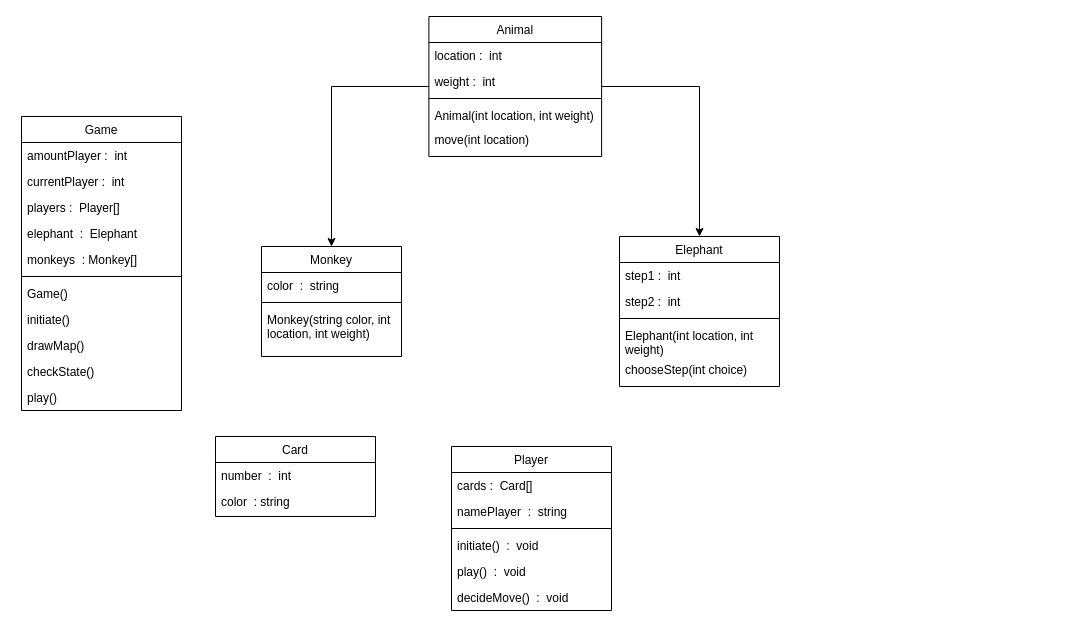
The draw.io diagram Zahlenbande Class Diagram.drawio in minWang916/Zahlenbande, before the edit. Source tidied: cells renumbered, new cells numbered last; positions are measured from the earlier drawing's top-left corner, leaving out a move shared by most shapes. Both pictures are drawn from the tidied source at 100%, with x=0, y=0 at pixel (21, 16).
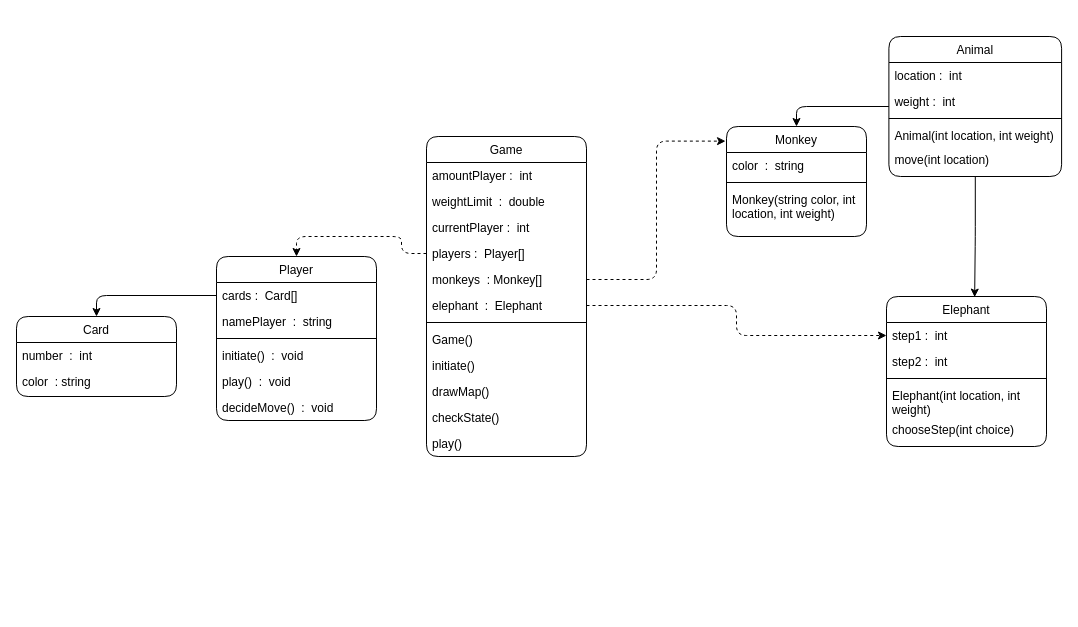
The same diagram, later.

The edit, as a diff of the source:
```diff
@@
-    <mxCell id="2" style="edgeStyle=orthogonalEdgeStyle;rounded=0;jettySize=auto;html=1;entryX=0.5;entryY=0;entryDx=0;entryDy=0;" parent="1" edge="1" source="4" target="10">
+    <mxCell id="2" style="edgeStyle=orthogonalEdgeStyle;rounded=1;jettySize=auto;html=1;entryX=0.5;entryY=0;entryDx=0;entryDy=0;endSize=6;labelBackgroundColor=none;fontColor=default;" parent="1" edge="1" source="4" target="10">
       <mxGeometry relative="1" as="geometry" />
     </mxCell>
-    <mxCell id="3" style="edgeStyle=orthogonalEdgeStyle;rounded=0;jettySize=auto;html=1;entryX=0.5;entryY=0;entryDx=0;entryDy=0;" parent="1" edge="1" source="4" target="14">
-      <mxGeometry relative="1" as="geometry" />
-    </mxCell>
-    <mxCell id="4" value="Animal" style="swimlane;fontStyle=0;align=center;verticalAlign=top;horizontal=1;startSize=26;rounded=0;shadow=0;strokeWidth=1;" parent="1" vertex="1">
-      <mxGeometry x="407.4" width="172.7" height="140" as="geometry" />
+    <mxCell id="4" value="Animal" style="swimlane;fontStyle=0;align=center;verticalAlign=top;horizontal=1;startSize=26;rounded=1;shadow=0;strokeWidth=1;labelBackgroundColor=none;" parent="1" vertex="1">
+      <mxGeometry x="867.4" y="20" width="172.7" height="140" as="geometry" />
     </mxCell>
-    <mxCell id="5" value="location :  int" style="text;align=left;verticalAlign=top;spacingLeft=4;spacingRight=4;overflow=hidden;rounded=0;shadow=0;html=0;" parent="4" vertex="1">
+    <mxCell id="5" value="location :  int" style="text;align=left;verticalAlign=top;spacingLeft=4;spacingRight=4;overflow=hidden;rounded=1;shadow=0;html=0;labelBackgroundColor=none;" parent="4" vertex="1">
       <mxGeometry y="26" width="172.7" height="26" as="geometry" />
     </mxCell>
-    <mxCell id="6" value="weight :  int " style="text;align=left;verticalAlign=top;spacingLeft=4;spacingRight=4;overflow=hidden;rounded=0;shadow=0;html=0;" parent="4" vertex="1">
+    <mxCell id="6" value="weight :  int " style="text;align=left;verticalAlign=top;spacingLeft=4;spacingRight=4;overflow=hidden;rounded=1;shadow=0;html=0;labelBackgroundColor=none;" parent="4" vertex="1">
       <mxGeometry y="52" width="172.7" height="26" as="geometry" />
     </mxCell>
-    <mxCell id="7" style="line;html=1;strokeWidth=1;align=left;verticalAlign=middle;spacingTop=-1;spacingLeft=3;spacingRight=3;labelPosition=right;" parent="4" vertex="1">
+    <mxCell id="7" style="line;html=1;strokeWidth=1;align=left;verticalAlign=middle;spacingTop=-1;spacingLeft=3;spacingRight=3;labelPosition=right;rounded=1;labelBackgroundColor=none;" parent="4" vertex="1">
       <mxGeometry y="78" width="172.7" height="8" as="geometry" />
     </mxCell>
-    <mxCell id="8" value="Animal(int location, int weight)" style="text;align=left;verticalAlign=top;spacingLeft=4;spacingRight=4;overflow=hidden;" parent="4" vertex="1">
+    <mxCell id="8" value="Animal(int location, int weight)" style="text;align=left;verticalAlign=top;spacingLeft=4;spacingRight=4;overflow=hidden;rounded=1;labelBackgroundColor=none;" parent="4" vertex="1">
       <mxGeometry y="86" width="172.7" height="24" as="geometry" />
     </mxCell>
-    <mxCell id="9" value="move(int location)" style="text;align=left;verticalAlign=top;spacingLeft=4;spacingRight=4;overflow=hidden;" parent="4" vertex="1">
+    <mxCell id="9" value="move(int location)" style="text;align=left;verticalAlign=top;spacingLeft=4;spacingRight=4;overflow=hidden;rounded=1;labelBackgroundColor=none;" parent="4" vertex="1">
       <mxGeometry y="110" width="172.7" height="30" as="geometry" />
     </mxCell>
-    <mxCell id="10" value="Monkey" style="swimlane;fontStyle=0;align=center;verticalAlign=top;horizontal=1;startSize=26;rounded=0;shadow=0;strokeWidth=1;" parent="1" vertex="1">
-      <mxGeometry x="240" y="230" width="140" height="110" as="geometry" />
+    <mxCell id="10" value="Monkey" style="swimlane;fontStyle=0;align=center;verticalAlign=top;horizontal=1;startSize=26;rounded=1;shadow=0;strokeWidth=1;labelBackgroundColor=none;" parent="1" vertex="1">
+      <mxGeometry x="705" y="110" width="140" height="110" as="geometry" />
     </mxCell>
-    <mxCell id="11" value="color  :  string" style="text;align=left;verticalAlign=top;spacingLeft=4;spacingRight=4;overflow=hidden;" parent="10" vertex="1">
+    <mxCell id="11" value="color  :  string" style="text;align=left;verticalAlign=top;spacingLeft=4;spacingRight=4;overflow=hidden;rounded=1;labelBackgroundColor=none;" parent="10" vertex="1">
       <mxGeometry y="26" width="140" height="26" as="geometry" />
     </mxCell>
-    <mxCell id="12" style="line;html=1;strokeWidth=1;align=left;verticalAlign=middle;spacingTop=-1;spacingLeft=3;spacingRight=3;labelPosition=right;" parent="10" vertex="1">
+    <mxCell id="12" style="line;html=1;strokeWidth=1;align=left;verticalAlign=middle;spacingTop=-1;spacingLeft=3;spacingRight=3;labelPosition=right;rounded=1;labelBackgroundColor=none;" parent="10" vertex="1">
       <mxGeometry y="52" width="140" height="8" as="geometry" />
     </mxCell>
-    <mxCell id="13" value="Monkey(string color, int &#10;location, int weight)" style="text;align=left;verticalAlign=top;spacingLeft=4;spacingRight=4;overflow=hidden;fontStyle=0;" parent="10" vertex="1">
+    <mxCell id="13" value="Monkey(string color, int &#10;location, int weight)" style="text;align=left;verticalAlign=top;spacingLeft=4;spacingRight=4;overflow=hidden;fontStyle=0;rounded=1;labelBackgroundColor=none;" parent="10" vertex="1">
       <mxGeometry y="60" width="140" height="40" as="geometry" />
     </mxCell>
-    <mxCell id="14" value="Elephant" style="swimlane;fontStyle=0;align=center;verticalAlign=top;horizontal=1;startSize=26;rounded=0;shadow=0;strokeWidth=1;" parent="1" vertex="1">
-      <mxGeometry x="598" y="220" width="160" height="150" as="geometry" />
+    <mxCell id="14" value="Elephant" style="swimlane;fontStyle=0;align=center;verticalAlign=top;horizontal=1;startSize=26;rounded=1;shadow=0;strokeWidth=1;labelBackgroundColor=none;" parent="1" vertex="1">
+      <mxGeometry x="865" y="280" width="160" height="150" as="geometry" />
     </mxCell>
-    <mxCell id="15" value="step1 :  int" style="text;align=left;verticalAlign=top;spacingLeft=4;spacingRight=4;overflow=hidden;points=[[0,0.5],[1,0.5]];portConstraint=eastwest;" parent="14" vertex="1">
+    <mxCell id="15" value="step1 :  int" style="text;align=left;verticalAlign=top;spacingLeft=4;spacingRight=4;overflow=hidden;points=[[0,0.5],[1,0.5]];portConstraint=eastwest;rounded=1;labelBackgroundColor=none;" parent="14" vertex="1">
       <mxGeometry y="26" width="160" height="26" as="geometry" />
     </mxCell>
-    <mxCell id="16" value="step2 :  int " style="text;align=left;verticalAlign=top;spacingLeft=4;spacingRight=4;overflow=hidden;rounded=0;shadow=0;html=0;" parent="14" vertex="1">
+    <mxCell id="16" value="step2 :  int " style="text;align=left;verticalAlign=top;spacingLeft=4;spacingRight=4;overflow=hidden;rounded=1;shadow=0;html=0;labelBackgroundColor=none;" parent="14" vertex="1">
       <mxGeometry y="52" width="160" height="26" as="geometry" />
     </mxCell>
-    <mxCell id="17" style="line;html=1;strokeWidth=1;align=left;verticalAlign=middle;spacingTop=-1;spacingLeft=3;spacingRight=3;labelPosition=right;" parent="14" vertex="1">
+    <mxCell id="17" style="line;html=1;strokeWidth=1;align=left;verticalAlign=middle;spacingTop=-1;spacingLeft=3;spacingRight=3;labelPosition=right;rounded=1;labelBackgroundColor=none;" parent="14" vertex="1">
       <mxGeometry y="78" width="160" height="8" as="geometry" />
     </mxCell>
-    <mxCell id="18" value="Elephant(int location, int &#10;weight)" style="text;align=left;verticalAlign=top;spacingLeft=4;spacingRight=4;overflow=hidden;" parent="14" vertex="1">
+    <mxCell id="18" value="Elephant(int location, int &#10;weight)" style="text;align=left;verticalAlign=top;spacingLeft=4;spacingRight=4;overflow=hidden;rounded=1;labelBackgroundColor=none;" parent="14" vertex="1">
       <mxGeometry y="86" width="160" height="34" as="geometry" />
     </mxCell>
-    <mxCell id="19" value="chooseStep(int choice)" style="text;align=left;verticalAlign=top;spacingLeft=4;spacingRight=4;overflow=hidden;" parent="14" vertex="1">
+    <mxCell id="19" value="chooseStep(int choice)" style="text;align=left;verticalAlign=top;spacingLeft=4;spacingRight=4;overflow=hidden;rounded=1;labelBackgroundColor=none;" parent="14" vertex="1">
       <mxGeometry y="120" width="160" height="30" as="geometry" />
     </mxCell>
-    <mxCell id="20" value="Game" style="swimlane;fontStyle=0;align=center;verticalAlign=top;horizontal=1;startSize=26;rounded=0;shadow=0;strokeWidth=1;" parent="1" vertex="1">
-      <mxGeometry y="100" width="160" height="294" as="geometry" />
+    <mxCell id="20" value="Game" style="swimlane;fontStyle=0;align=center;verticalAlign=top;horizontal=1;startSize=26;rounded=1;shadow=0;strokeWidth=1;labelBackgroundColor=none;" parent="1" vertex="1">
+      <mxGeometry x="405" y="120" width="160" height="320" as="geometry" />
     </mxCell>
-    <mxCell id="21" value="amountPlayer :  int" style="text;align=left;verticalAlign=top;spacingLeft=4;spacingRight=4;overflow=hidden;" parent="20" vertex="1">
+    <mxCell id="21" value="amountPlayer :  int" style="text;align=left;verticalAlign=top;spacingLeft=4;spacingRight=4;overflow=hidden;rounded=1;labelBackgroundColor=none;" parent="20" vertex="1">
       <mxGeometry y="26" width="160" height="26" as="geometry" />
     </mxCell>
+    <mxCell id="42" value="weightLimit  :  double" style="text;align=left;verticalAlign=top;spacingLeft=4;spacingRight=4;overflow=hidden;rounded=1;labelBackgroundColor=none;" parent="20" vertex="1">
+      <mxGeometry y="52" width="160" height="26" as="geometry" />
+    </mxCell>
-    <mxCell id="22" value="currentPlayer :  int" style="text;align=left;verticalAlign=top;spacingLeft=4;spacingRight=4;overflow=hidden;" parent="20" vertex="1">
-      <mxGeometry y="52" width="160" height="26" as="geometry" />
+    <mxCell id="22" value="currentPlayer :  int" style="text;align=left;verticalAlign=top;spacingLeft=4;spacingRight=4;overflow=hidden;rounded=1;labelBackgroundColor=none;" parent="20" vertex="1">
+      <mxGeometry y="78" width="160" height="26" as="geometry" />
     </mxCell>
-    <mxCell id="23" value="players :  Player[]" style="text;align=left;verticalAlign=top;spacingLeft=4;spacingRight=4;overflow=hidden;points=[[0,0.5],[1,0.5]];portConstraint=eastwest;rounded=0;shadow=0;html=0;" parent="20" vertex="1">
-      <mxGeometry y="78" width="160" height="26" as="geometry" />
+    <mxCell id="23" value="players :  Player[]" style="text;align=left;verticalAlign=top;spacingLeft=4;spacingRight=4;overflow=hidden;points=[[0,0.5],[1,0.5]];portConstraint=eastwest;rounded=1;shadow=0;html=0;labelBackgroundColor=none;" parent="20" vertex="1">
+      <mxGeometry y="104" width="160" height="26" as="geometry" />
     </mxCell>
+    <mxCell id="25" value="monkeys  : Monkey[]  " style="text;align=left;verticalAlign=top;spacingLeft=4;spacingRight=4;overflow=hidden;points=[[0,0.5],[1,0.5]];portConstraint=eastwest;rounded=1;shadow=0;html=0;labelBackgroundColor=none;" parent="20" vertex="1">
+      <mxGeometry y="130" width="160" height="26" as="geometry" />
+    </mxCell>
-    <mxCell id="24" value="elephant  :  Elephant" style="text;align=left;verticalAlign=top;spacingLeft=4;spacingRight=4;overflow=hidden;points=[[0,0.5],[1,0.5]];portConstraint=eastwest;rounded=0;shadow=0;html=0;" parent="20" vertex="1">
-      <mxGeometry y="104" width="160" height="26" as="geometry" />
+    <mxCell id="24" value="elephant  :  Elephant" style="text;align=left;verticalAlign=top;spacingLeft=4;spacingRight=4;overflow=hidden;points=[[0,0.5],[1,0.5]];portConstraint=eastwest;rounded=1;shadow=0;html=0;labelBackgroundColor=none;" parent="20" vertex="1">
+      <mxGeometry y="156" width="160" height="26" as="geometry" />
     </mxCell>
-    <mxCell id="25" value="monkeys  : Monkey[]  " style="text;align=left;verticalAlign=top;spacingLeft=4;spacingRight=4;overflow=hidden;points=[[0,0.5],[1,0.5]];portConstraint=eastwest;rounded=0;shadow=0;html=0;" parent="20" vertex="1">
-      <mxGeometry y="130" width="160" height="26" as="geometry" />
-    </mxCell>
-    <mxCell id="26" style="line;html=1;strokeWidth=1;align=left;verticalAlign=middle;spacingTop=-1;spacingLeft=3;spacingRight=3;labelPosition=right;" parent="20" vertex="1">
-      <mxGeometry y="156" width="160" height="8" as="geometry" />
+    <mxCell id="26" style="line;html=1;strokeWidth=1;align=left;verticalAlign=middle;spacingTop=-1;spacingLeft=3;spacingRight=3;labelPosition=right;rounded=1;labelBackgroundColor=none;" parent="20" vertex="1">
+      <mxGeometry y="182" width="160" height="8" as="geometry" />
     </mxCell>
-    <mxCell id="27" value="Game()" style="text;align=left;verticalAlign=top;spacingLeft=4;spacingRight=4;overflow=hidden;fontStyle=0;" parent="20" vertex="1">
-      <mxGeometry y="164" width="160" height="26" as="geometry" />
+    <mxCell id="27" value="Game()" style="text;align=left;verticalAlign=top;spacingLeft=4;spacingRight=4;overflow=hidden;fontStyle=0;rounded=1;labelBackgroundColor=none;" parent="20" vertex="1">
+      <mxGeometry y="190" width="160" height="26" as="geometry" />
     </mxCell>
-    <mxCell id="28" value="initiate()" style="text;align=left;verticalAlign=top;spacingLeft=4;spacingRight=4;overflow=hidden;fontStyle=0;" parent="20" vertex="1">
-      <mxGeometry y="190" width="160" height="26" as="geometry" />
+    <mxCell id="28" value="initiate()" style="text;align=left;verticalAlign=top;spacingLeft=4;spacingRight=4;overflow=hidden;fontStyle=0;rounded=1;labelBackgroundColor=none;" parent="20" vertex="1">
+      <mxGeometry y="216" width="160" height="26" as="geometry" />
     </mxCell>
-    <mxCell id="29" value="drawMap()" style="text;align=left;verticalAlign=top;spacingLeft=4;spacingRight=4;overflow=hidden;fontStyle=0;" parent="20" vertex="1">
-      <mxGeometry y="216" width="160" height="26" as="geometry" />
+    <mxCell id="29" value="drawMap()" style="text;align=left;verticalAlign=top;spacingLeft=4;spacingRight=4;overflow=hidden;fontStyle=0;rounded=1;labelBackgroundColor=none;" parent="20" vertex="1">
+      <mxGeometry y="242" width="160" height="26" as="geometry" />
     </mxCell>
-    <mxCell id="30" value="checkState()&#10;" style="text;align=left;verticalAlign=top;spacingLeft=4;spacingRight=4;overflow=hidden;" parent="20" vertex="1">
-      <mxGeometry y="242" width="160" height="26" as="geometry" />
+    <mxCell id="30" value="checkState()&#10;" style="text;align=left;verticalAlign=top;spacingLeft=4;spacingRight=4;overflow=hidden;rounded=1;labelBackgroundColor=none;" parent="20" vertex="1">
+      <mxGeometry y="268" width="160" height="26" as="geometry" />
     </mxCell>
-    <mxCell id="31" value="play()" style="text;align=left;verticalAlign=top;spacingLeft=4;spacingRight=4;overflow=hidden;" parent="20" vertex="1">
-      <mxGeometry y="268" width="160" height="26" as="geometry" />
+    <mxCell id="31" value="play()" style="text;align=left;verticalAlign=top;spacingLeft=4;spacingRight=4;overflow=hidden;rounded=1;labelBackgroundColor=none;" parent="20" vertex="1">
+      <mxGeometry y="294" width="160" height="26" as="geometry" />
     </mxCell>
-    <mxCell id="32" value="Card" style="swimlane;fontStyle=0;align=center;verticalAlign=top;horizontal=1;startSize=26;rounded=0;shadow=0;strokeWidth=1;" parent="1" vertex="1">
-      <mxGeometry x="194" y="420" width="160" height="80" as="geometry" />
+    <mxCell id="32" value="Card" style="swimlane;fontStyle=0;align=center;verticalAlign=top;horizontal=1;startSize=26;rounded=1;shadow=0;strokeWidth=1;labelBackgroundColor=none;" parent="1" vertex="1">
+      <mxGeometry x="-5" y="300" width="160" height="80" as="geometry" />
     </mxCell>
-    <mxCell id="33" value="number  :  int" style="text;align=left;verticalAlign=top;spacingLeft=4;spacingRight=4;overflow=hidden;" parent="32" vertex="1">
+    <mxCell id="33" value="number  :  int" style="text;align=left;verticalAlign=top;spacingLeft=4;spacingRight=4;overflow=hidden;rounded=1;labelBackgroundColor=none;" parent="32" vertex="1">
       <mxGeometry y="26" width="160" height="26" as="geometry" />
     </mxCell>
-    <mxCell id="34" value="color  : string" style="text;align=left;verticalAlign=top;spacingLeft=4;spacingRight=4;overflow=hidden;rounded=0;shadow=0;html=0;" parent="32" vertex="1">
+    <mxCell id="34" value="color  : string" style="text;align=left;verticalAlign=top;spacingLeft=4;spacingRight=4;overflow=hidden;rounded=1;shadow=0;html=0;labelBackgroundColor=none;" parent="32" vertex="1">
       <mxGeometry y="52" width="160" height="26" as="geometry" />
     </mxCell>
-    <mxCell id="35" value="Player" style="swimlane;fontStyle=0;align=center;verticalAlign=top;horizontal=1;startSize=26;rounded=0;shadow=0;strokeWidth=1;" parent="1" vertex="1">
-      <mxGeometry x="430" y="430" width="160" height="164" as="geometry" />
+    <mxCell id="35" value="Player" style="swimlane;fontStyle=0;align=center;verticalAlign=top;horizontal=1;startSize=26;rounded=1;shadow=0;strokeWidth=1;labelBackgroundColor=none;" parent="1" vertex="1">
+      <mxGeometry x="195" y="240" width="160" height="164" as="geometry" />
     </mxCell>
-    <mxCell id="36" value="cards :  Card[]" style="text;align=left;verticalAlign=top;spacingLeft=4;spacingRight=4;overflow=hidden;points=[[0,0.5],[1,0.5]];portConstraint=eastwest;" parent="35" vertex="1">
+    <mxCell id="36" value="cards :  Card[]" style="text;align=left;verticalAlign=top;spacingLeft=4;spacingRight=4;overflow=hidden;points=[[0,0.5],[1,0.5]];portConstraint=eastwest;rounded=1;labelBackgroundColor=none;" parent="35" vertex="1">
       <mxGeometry y="26" width="160" height="26" as="geometry" />
     </mxCell>
-    <mxCell id="37" value="namePlayer  :  string" style="text;align=left;verticalAlign=top;spacingLeft=4;spacingRight=4;overflow=hidden;rounded=0;shadow=0;html=0;" parent="35" vertex="1">
+    <mxCell id="37" value="namePlayer  :  string" style="text;align=left;verticalAlign=top;spacingLeft=4;spacingRight=4;overflow=hidden;rounded=1;shadow=0;html=0;labelBackgroundColor=none;" parent="35" vertex="1">
       <mxGeometry y="52" width="160" height="26" as="geometry" />
     </mxCell>
-    <mxCell id="38" style="line;html=1;strokeWidth=1;align=left;verticalAlign=middle;spacingTop=-1;spacingLeft=3;spacingRight=3;labelPosition=right;" parent="35" vertex="1">
+    <mxCell id="38" style="line;html=1;strokeWidth=1;align=left;verticalAlign=middle;spacingTop=-1;spacingLeft=3;spacingRight=3;labelPosition=right;rounded=1;labelBackgroundColor=none;" parent="35" vertex="1">
       <mxGeometry y="78" width="160" height="8" as="geometry" />
     </mxCell>
-    <mxCell id="39" value="initiate()  :  void&#10;" style="text;align=left;verticalAlign=top;spacingLeft=4;spacingRight=4;overflow=hidden;fontStyle=0;" parent="35" vertex="1">
+    <mxCell id="39" value="initiate()  :  void&#10;" style="text;align=left;verticalAlign=top;spacingLeft=4;spacingRight=4;overflow=hidden;fontStyle=0;rounded=1;labelBackgroundColor=none;" parent="35" vertex="1">
       <mxGeometry y="86" width="160" height="26" as="geometry" />
     </mxCell>
-    <mxCell id="40" value="play()  :  void" style="text;align=left;verticalAlign=top;spacingLeft=4;spacingRight=4;overflow=hidden;" parent="35" vertex="1">
+    <mxCell id="40" value="play()  :  void" style="text;align=left;verticalAlign=top;spacingLeft=4;spacingRight=4;overflow=hidden;rounded=1;labelBackgroundColor=none;" parent="35" vertex="1">
       <mxGeometry y="112" width="160" height="26" as="geometry" />
     </mxCell>
-    <mxCell id="41" value="decideMove()  :  void" style="text;align=left;verticalAlign=top;spacingLeft=4;spacingRight=4;overflow=hidden;" parent="35" vertex="1">
+    <mxCell id="41" value="decideMove()  :  void" style="text;align=left;verticalAlign=top;spacingLeft=4;spacingRight=4;overflow=hidden;rounded=1;labelBackgroundColor=none;" parent="35" vertex="1">
       <mxGeometry y="138" width="160" height="26" as="geometry" />
     </mxCell>
+    <mxCell id="43" style="edgeStyle=orthogonalEdgeStyle;rounded=1;jettySize=auto;html=1;entryX=0.5;entryY=0;entryDx=0;entryDy=0;labelBackgroundColor=none;fontColor=default;" parent="1" edge="1" source="36" target="32">
+      <mxGeometry relative="1" as="geometry" />
+    </mxCell>
+    <mxCell id="3" style="edgeStyle=orthogonalEdgeStyle;rounded=1;jettySize=auto;html=1;entryX=0.551;entryY=0.004;entryDx=0;entryDy=0;entryPerimeter=0;labelBackgroundColor=none;fontColor=default;" parent="1" edge="1" source="4" target="14">
+      <mxGeometry relative="1" as="geometry" />
+    </mxCell>
+    <mxCell id="44" style="edgeStyle=orthogonalEdgeStyle;rounded=1;jettySize=auto;html=1;entryX=0.5;entryY=0;entryDx=0;entryDy=0;dashed=1;labelBackgroundColor=none;fontColor=default;" parent="1" edge="1" source="23" target="35">
+      <mxGeometry relative="1" as="geometry" />
+    </mxCell>
+    <mxCell id="45" style="edgeStyle=orthogonalEdgeStyle;rounded=1;jettySize=auto;html=1;entryX=-0.007;entryY=0.133;entryDx=0;entryDy=0;entryPerimeter=0;dashed=1;" parent="1" edge="1" source="25" target="10">
+      <mxGeometry relative="1" as="geometry" />
+    </mxCell>
+    <mxCell id="46" style="edgeStyle=orthogonalEdgeStyle;rounded=1;jettySize=auto;html=1;entryX=0;entryY=0.5;entryDx=0;entryDy=0;dashed=1;" parent="1" edge="1" source="24" target="15">
+      <mxGeometry relative="1" as="geometry" />
+    </mxCell>
```
